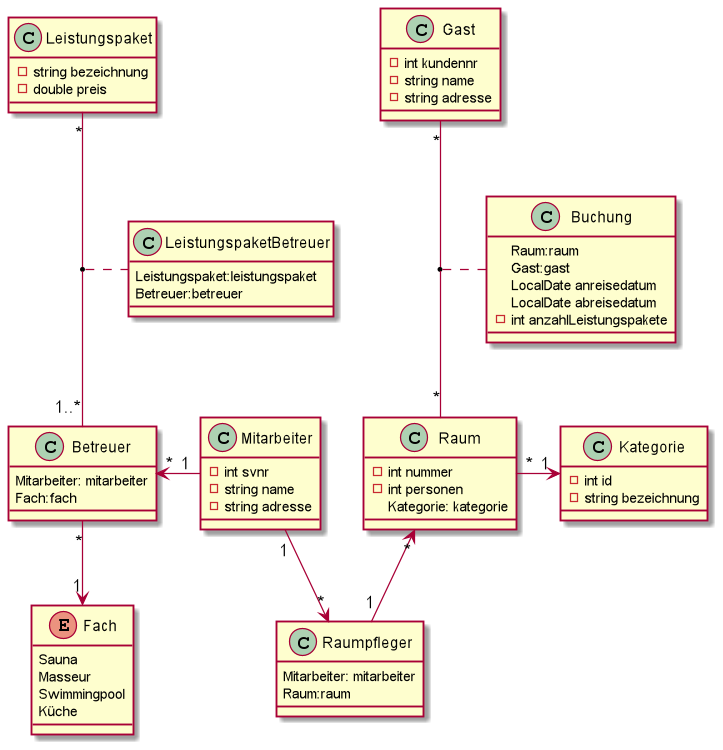
2122-4ahif-syp/01-cld-hotel-KoenigJulia keeps this PlantUML diagram as cld-hotel-Koenig-Julia.png. Above is the earlier version.
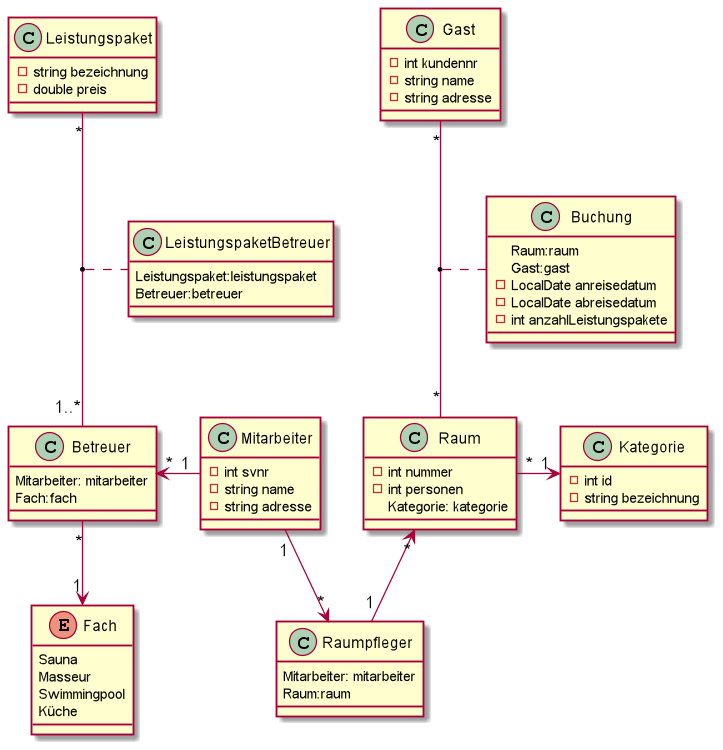
The same file after the commit.

Change to the diagram source:
```diff
@@ -43,8 +43,8 @@
 class Buchung{
     Raum:raum
     Gast:gast
-    LocalDate anreisedatum
-    LocalDate abreisedatum
+    -LocalDate anreisedatum
+    -LocalDate abreisedatum
     -int anzahlLeistungspakete
 }
 
```
